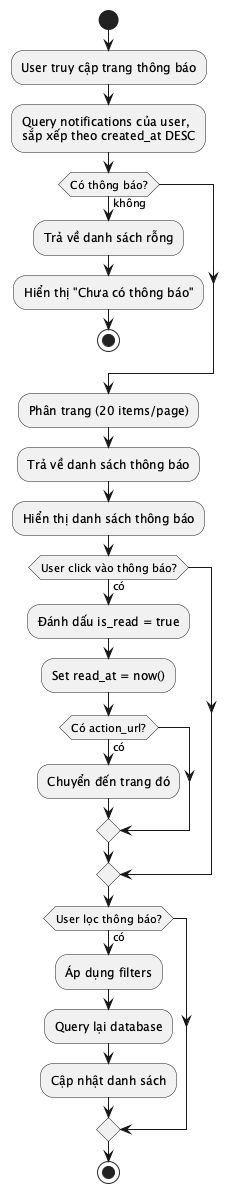
Above: uml-diagrams/ACT_015_ManageNotifications.png in quanbin27/TabiMoney (PlantUML), before the change. Its diagram source:
```plantuml
@startuml ACT_015_ManageNotifications
start
:User truy cập trang thông báo;
:Query notifications của user,
sắp xếp theo created_at DESC;
if (Có thông báo?) then (không)
  :Trả về danh sách rỗng;
  :Hiển thị "Chưa có thông báo";
  stop
endif
:Phân trang (20 items/page);
:Trả về danh sách thông báo;
:Hiển thị danh sách thông báo;
if (User click vào thông báo?) then (có)
  :Đánh dấu is_read = true;
  :Set read_at = now();
  if (Có action_url?) then (có)
    :Chuyển đến trang đó;
  endif
endif
if (User lọc thông báo?) then (có)
  :Áp dụng filters;
  :Query lại database;
  :Cập nhật danh sách;
endif
stop
@enduml
```
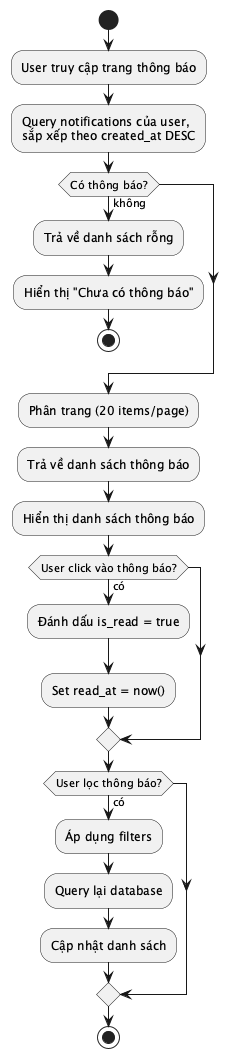
The same file after the commit.

What changed in the source:
```diff
@@ -14,9 +14,6 @@
 if (User click vào thông báo?) then (có)
   :Đánh dấu is_read = true;
   :Set read_at = now();
-  if (Có action_url?) then (có)
-    :Chuyển đến trang đó;
-  endif
 endif
 if (User lọc thông báo?) then (có)
   :Áp dụng filters;
```
